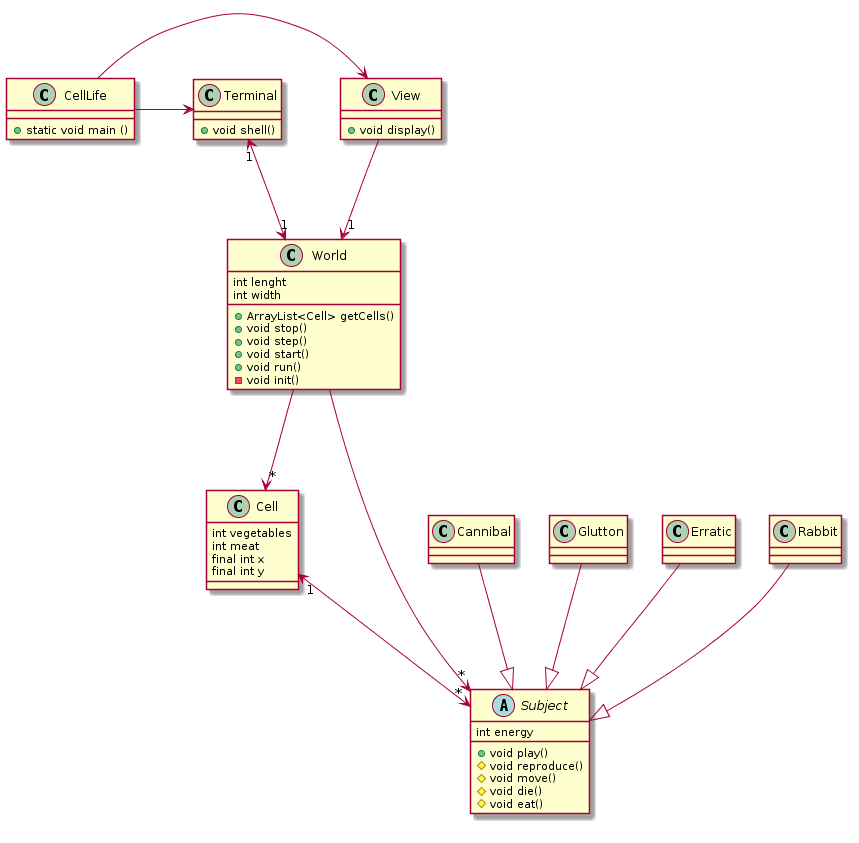
The PlantUML diagram proj/uml.png in LMG/celllife, before a commit.
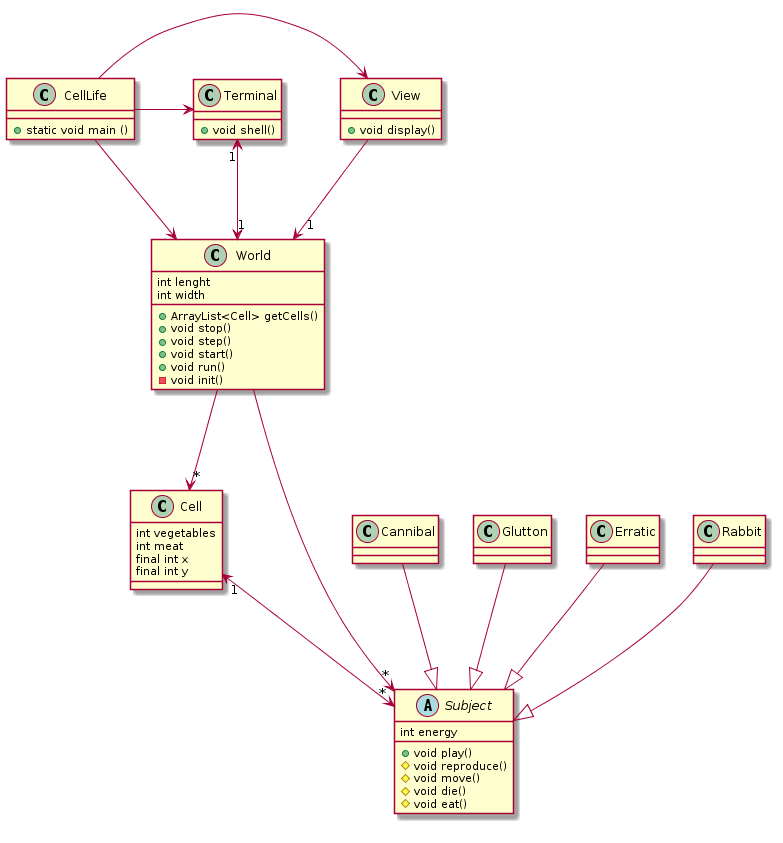
After the change.

Commit message:
Modification projet

The edit, as a diff of the source:
```diff
@@ -6,6 +6,7 @@
 
 CellLife -> View
 CellLife -> Terminal
+CellLife --> World
 
 class View {
 	+ void display()
```
